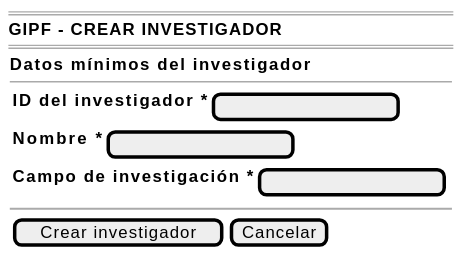
beatriizorozco/25-26-idsw2-sdVC keeps this PlantUML diagram as images/RUP/00-casos-uso/02-detalle/coordinador/crearInvestigador/crearInvestigador-wireframe.svg. Above is the earlier version.
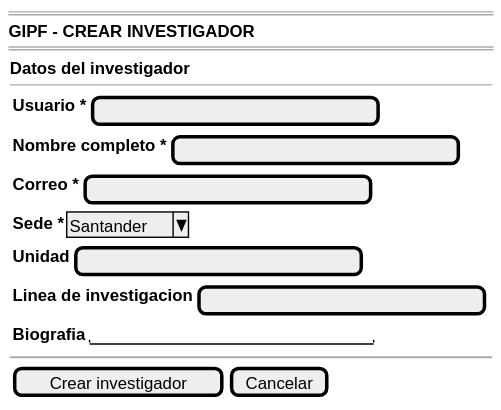
The same diagram one commit later.

What changed in the source:
```diff
@@ -4,16 +4,18 @@
     <b>GIPF - CREAR INVESTIGADOR</b>
     ====
     {
-        <b>Datos mínimos del investigador</b>
+        <b>Datos del investigador</b>
         --
         {
-            {<b>ID del investigador *</b> | [                ]}
-            {<b>Nombre *</b>              | [                ]}
-            {<b>Campo de investigación *</b> | [                ]}
+            {<b>Usuario *</b> | [                         ]}
+            {<b>Nombre completo *</b> | [                         ]}
+            {<b>Correo *</b> | [                         ]}
+            {<b>Sede *</b> | ^Santander^}
+            {<b>Unidad</b> | [                         ]}
+            {<b>Linea de investigacion</b> | [                         ]}
+            {<b>Biografia</b> | "                         "}
         }
-
         ~~
-
         {[Crear investigador] | [Cancelar]}
     }
 }
```
